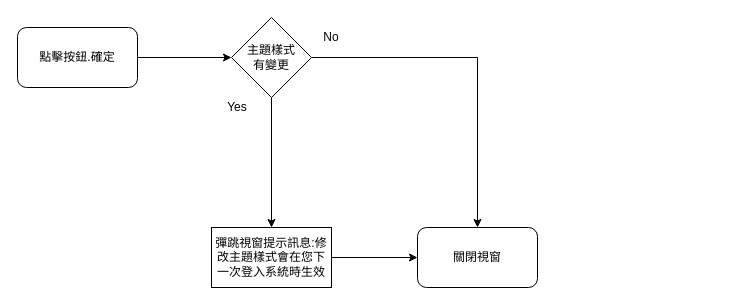
This is page "主題樣式點擊按鈕.確定" (1 of 3) of 8.10.1/RTE/SYSTEM/MAINPAGE_MOBILE/diagram/行動裝置版首頁.drawio from ArcareRD/sadocs, a draw.io file, before an edit. Source tidied: cells renumbered, new cells numbered last; positions are measured from the earlier drawing's top-left corner, leaving out a move shared by most shapes. Both pictures are drawn from the tidied source at 100%, with x=0, y=0 at pixel (17, 17).
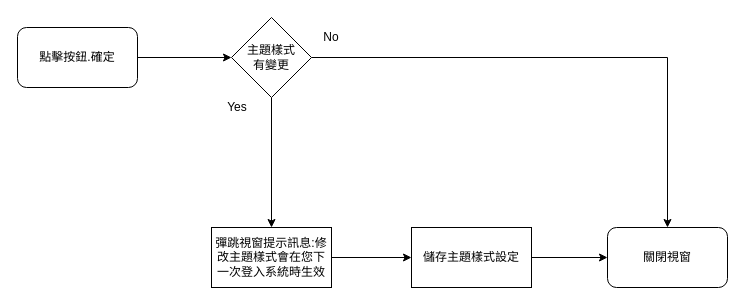
After the change.

The edit, as a diff of the source:
```diff
@@
 <mxGraphModel>
   <root>
     <mxCell id="0" />
     <mxCell id="1" parent="0" />
     <mxCell id="2" style="edgeStyle=orthogonalEdgeStyle;rounded=0;jettySize=auto;html=1;" parent="1" edge="1" source="3" target="6">
       <mxGeometry relative="1" as="geometry" />
     </mxCell>
     <mxCell id="3" value="點擊按鈕.確定" style="rounded=1;whiteSpace=wrap;html=1;" parent="1" vertex="1">
       <mxGeometry y="10" width="120" height="60" as="geometry" />
     </mxCell>
     <mxCell id="4" style="edgeStyle=orthogonalEdgeStyle;rounded=0;jettySize=auto;html=1;" parent="1" edge="1" source="6" target="7">
       <mxGeometry relative="1" as="geometry" />
     </mxCell>
     <mxCell id="5" style="edgeStyle=orthogonalEdgeStyle;rounded=0;jettySize=auto;html=1;" parent="1" edge="1" source="6" target="9">
       <mxGeometry relative="1" as="geometry" />
     </mxCell>
     <mxCell id="6" value="主題樣式&lt;br&gt;有變更" style="rhombus;whiteSpace=wrap;html=1;" parent="1" vertex="1">
       <mxGeometry x="214" width="80" height="80" as="geometry" />
     </mxCell>
     <mxCell id="7" value="關閉視窗" style="rounded=1;whiteSpace=wrap;html=1;" parent="1" vertex="1">
-      <mxGeometry x="400" y="210" width="120" height="60" as="geometry" />
+      <mxGeometry x="590" y="210" width="120" height="60" as="geometry" />
     </mxCell>
-    <mxCell id="8" style="edgeStyle=orthogonalEdgeStyle;rounded=0;jettySize=auto;html=1;" parent="1" edge="1" source="9" target="7">
-      <mxGeometry relative="1" as="geometry" />
-    </mxCell>
+    <mxCell id="12" style="edgeStyle=orthogonalEdgeStyle;rounded=0;jettySize=auto;html=1;" parent="1" edge="1" source="9" target="14">
+      <mxGeometry relative="1" as="geometry" />
+    </mxCell>
     <mxCell id="9" value="&lt;div&gt;彈跳視窗提示訊息:&lt;span&gt;修改主題樣式會在您下一次登入系統時生效&lt;/span&gt;&lt;/div&gt;" style="whiteSpace=wrap;html=1;" parent="1" vertex="1">
       <mxGeometry x="194" y="210" width="120" height="60" as="geometry" />
     </mxCell>
     <mxCell id="10" value="Yes" style="text;html=1;strokeColor=none;fillColor=none;align=center;verticalAlign=middle;whiteSpace=wrap;rounded=0;" parent="1" vertex="1">
       <mxGeometry x="200" y="80" width="40" height="20" as="geometry" />
     </mxCell>
     <mxCell id="11" value="No" style="text;html=1;strokeColor=none;fillColor=none;align=center;verticalAlign=middle;whiteSpace=wrap;rounded=0;" parent="1" vertex="1">
       <mxGeometry x="294" y="10" width="40" height="20" as="geometry" />
     </mxCell>
+    <mxCell id="13" style="edgeStyle=orthogonalEdgeStyle;rounded=0;jettySize=auto;html=1;" parent="1" edge="1" source="14" target="7">
+      <mxGeometry relative="1" as="geometry" />
+    </mxCell>
+    <mxCell id="14" value="儲存主題樣式設定" style="whiteSpace=wrap;html=1;" parent="1" vertex="1">
+      <mxGeometry x="394" y="210" width="120" height="60" as="geometry" />
+    </mxCell>
   </root>
 </mxGraphModel>
```
